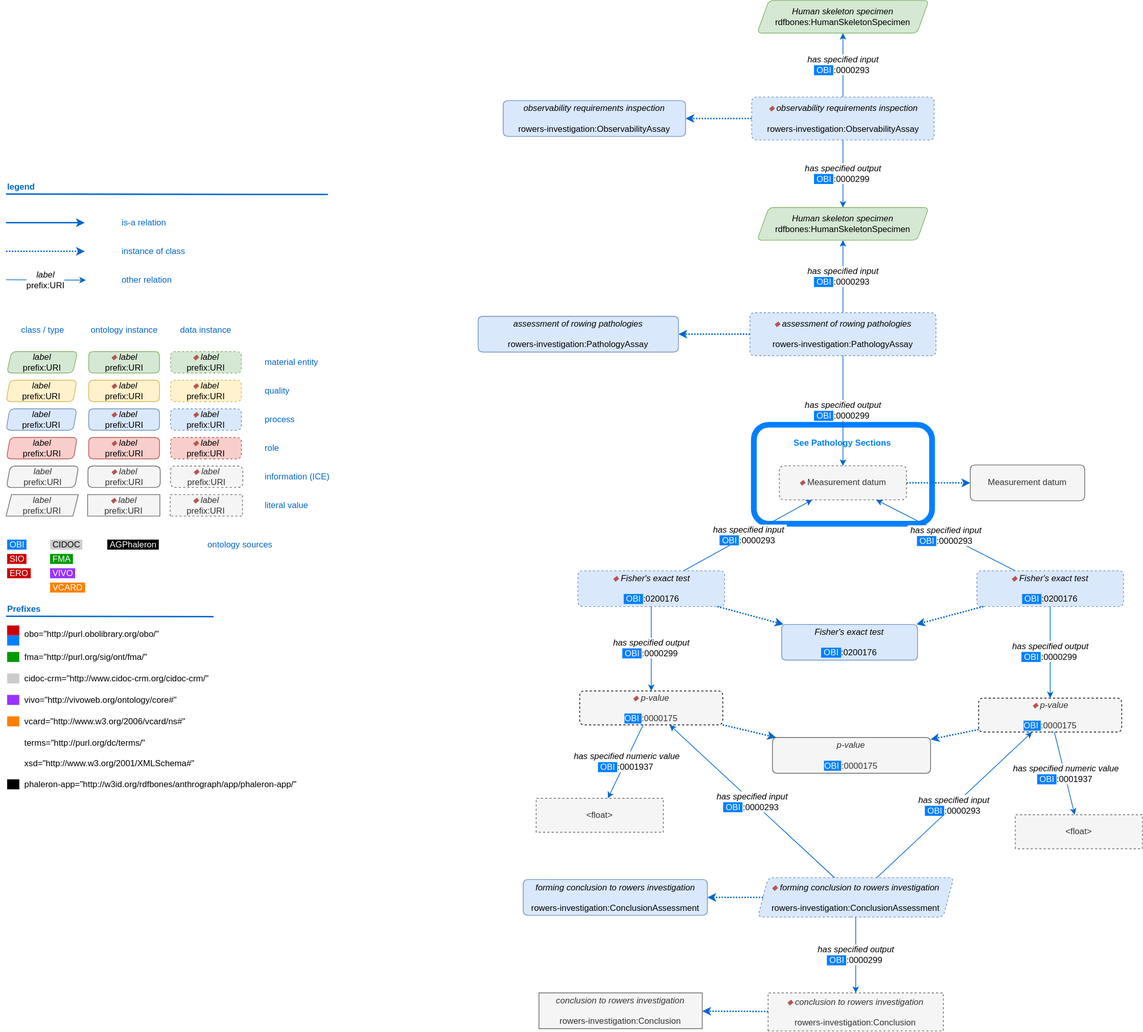
Earlier version of the draw.io export rowers_diagram.svg (15E601/Rowers-Investigation-Ontology). Source tidied: cells renumbered, new cells last; positions are measured from the earlier drawing's top-left corner, leaving out a move shared by most shapes.
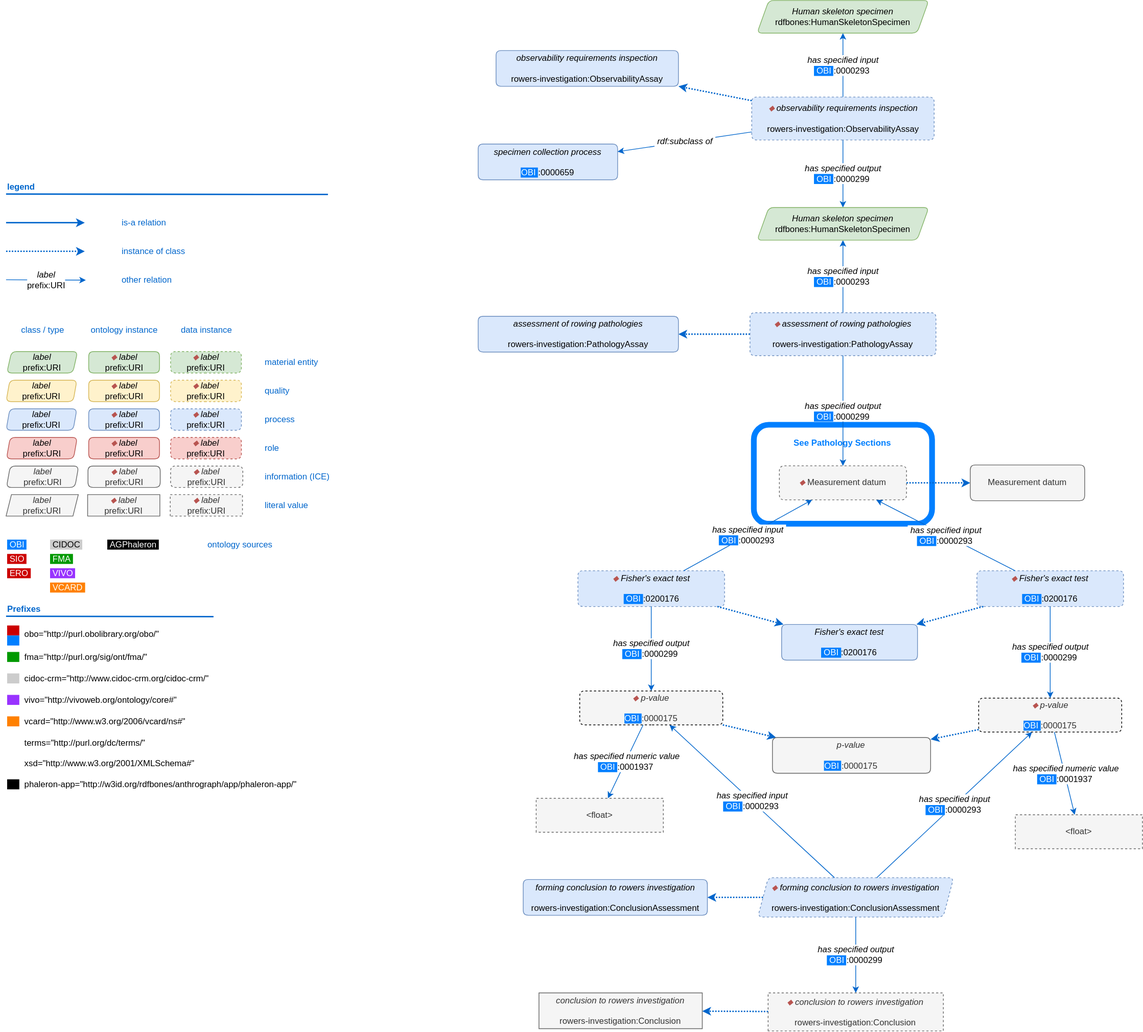
The same file after the commit.

Diff of the diagram source:
```diff
@@ -263,7 +263,7 @@
       </mxGeometry>
     </mxCell>
     <mxCell id="81" value="&lt;i&gt;observability requirements inspection&lt;/i&gt;&lt;div&gt;&lt;i&gt;&lt;br&gt;&lt;/i&gt;&lt;/div&gt;&lt;div&gt;rowers-investigation:ObservabilityAssay&lt;/div&gt;" style="shape=parallelogram;perimeter=parallelogramPerimeter;whiteSpace=wrap;html=1;strokeColor=#6c8ebf;fontSize=12;align=center;size=0;fillColor=#dae8fc;rounded=1;comic=0;shadow=0;spacing=0;line-height:.8rem;arcSize=14;" parent="1" vertex="1">
-      <mxGeometry x="695" y="140" width="255" height="50" as="geometry" />
+      <mxGeometry x="685" y="70" width="255" height="50" as="geometry" />
     </mxCell>
     <mxCell id="82" value="&lt;i&gt;assessment of rowing pathologies&lt;/i&gt;&lt;div&gt;&lt;br&gt;&lt;/div&gt;&lt;div&gt;rowers-investigation:PathologyAssay&lt;/div&gt;" style="shape=parallelogram;perimeter=parallelogramPerimeter;whiteSpace=wrap;html=1;strokeColor=#6c8ebf;fontSize=12;align=center;size=0;fillColor=#dae8fc;rounded=1;comic=0;shadow=0;spacing=0;line-height:.8rem;arcSize=14;" parent="1" vertex="1">
       <mxGeometry x="660" y="441.4" width="280" height="50" as="geometry" />
@@ -367,5 +367,11 @@
         <mxPoint x="1" as="offset" />
       </mxGeometry>
     </mxCell>
+    <mxCell id="112" value="&lt;div&gt;&lt;i&gt;specimen collection process&lt;/i&gt;&lt;/div&gt;&lt;div&gt;&lt;i&gt;&lt;br&gt;&lt;/i&gt;&lt;/div&gt;&lt;div&gt;&lt;font style=&quot;font-size: 12px&quot;&gt;&lt;span style=&quot;line-height: 120% ; font-size: 12px&quot;&gt;&lt;span style=&quot;color: rgb(255 , 255 , 255) ; text-align: left ; background-color: rgb(0 , 127 , 255)&quot;&gt;OBI &lt;/span&gt;&lt;/span&gt;&lt;/font&gt;:0000659&lt;/div&gt;" style="shape=parallelogram;perimeter=parallelogramPerimeter;whiteSpace=wrap;html=1;strokeColor=#6c8ebf;fontSize=12;align=center;size=0;fillColor=#dae8fc;rounded=1;comic=0;shadow=0;spacing=0;line-height:.8rem;arcSize=14;" parent="1" vertex="1">
+      <mxGeometry x="660" y="200.6" width="195" height="50" as="geometry" />
+    </mxCell>
+    <mxCell id="113" value="&lt;span style=&quot;background-color: rgb(255, 255, 255);&quot;&gt;&lt;font style=&quot;font-size: 12px&quot;&gt;&lt;span style=&quot;line-height: 120% ; font-size: 12px&quot;&gt;&lt;i style=&quot;font-size: 12px&quot;&gt;&amp;nbsp;rdf:subclass of&amp;nbsp;&lt;/i&gt; &lt;br&gt;&lt;/span&gt;&lt;/font&gt;&lt;/span&gt;" style="rounded=0;html=1;jettySize=auto;strokeColor=#0066CC;fontSize=12;strokeWidth=1;arcSize=20;" parent="1" edge="1" source="85" target="112">
+      <mxGeometry relative="1" as="geometry" />
+    </mxCell>
   </root>
 </mxGraphModel>
```
